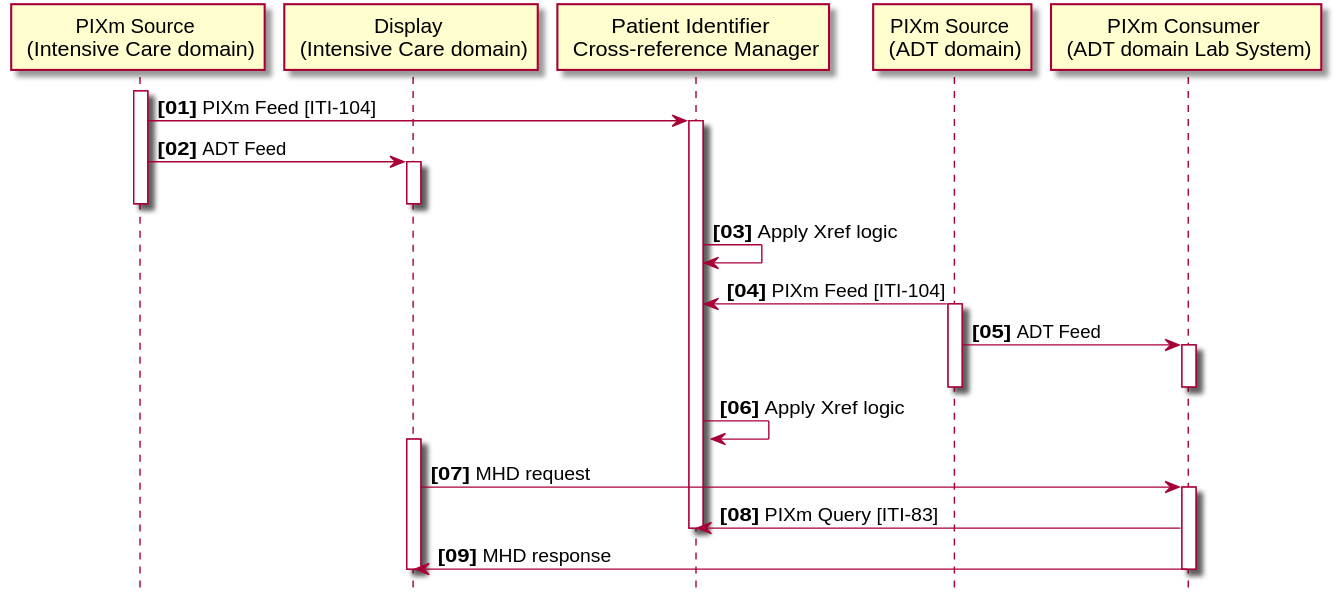
The PlantUML diagram input/images/uc_1.svg in IHE/ITI.PIXm, before a commit. Source of this version:
```plantuml
@startuml
hide footbox

participant "PIXm Source \n (Intensive Care domain)" as Source1
participant "Display \n (Intensive Care domain)" as Display
participant "Patient Identifier \n Cross-reference Manager" as Manager
participant "PIXm Source \n (ADT domain)" as Source2
participant "PIXm Consumer \n (ADT domain Lab System)" as Lab

autonumber 1 1 "<b>[00]"


activate Source1

Source1 -> Manager: PIXm Feed [ITI-104]
activate Manager

Source1 -> Display: ADT Feed
activate Display
deactivate Display
deactivate Source1

Manager -> Manager: Apply Xref logic

Source2 -> Manager: PIXm Feed [ITI-104]
activate Source2
Source2 -> Lab: ADT Feed
activate Lab
deactivate Source2
deactivate Lab

Manager -> Manager: Apply Xref logic

activate Display

Display -> Lab: MHD request
activate Lab

Lab -> Manager: PIXm Query [ITI-83]
deactivate Manager

Lab -> Display: MHD response

deactivate Display
deactivate Lab

deactivate Manager

autonumber stop
@enduml
```
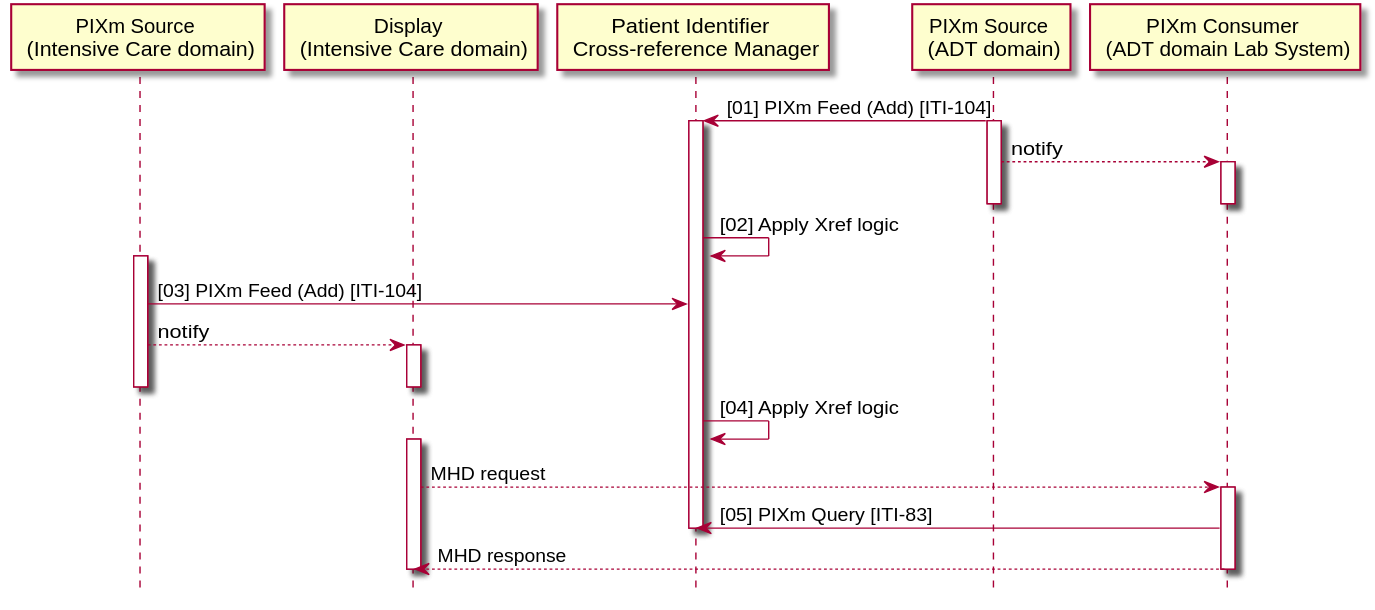
After the commit.

Commit message:
refactored the use case description and process flows

The edit, as a diff of the source:
```diff
@@ -7,39 +7,38 @@
 participant "PIXm Source \n (ADT domain)" as Source2
 participant "PIXm Consumer \n (ADT domain Lab System)" as Lab
 
-autonumber 1 1 "<b>[00]"
-
-
-activate Source1
-
-Source1 -> Manager: PIXm Feed [ITI-104]
+Source2 -> Manager: [01] PIXm Feed (Add) [ITI-104]
 activate Manager
-
-Source1 -> Display: ADT Feed
-activate Display
-deactivate Display
-deactivate Source1
-
-Manager -> Manager: Apply Xref logic
-
-Source2 -> Manager: PIXm Feed [ITI-104]
 activate Source2
-Source2 -> Lab: ADT Feed
+Source2 --> Lab: notify
 activate Lab
 deactivate Source2
 deactivate Lab
 
-Manager -> Manager: Apply Xref logic
+Manager -> Manager: [02] Apply Xref logic
+
+activate Source1
+
+Source1 -> Manager: [03] PIXm Feed (Add) [ITI-104]
+
+Source1 --> Display: notify
+
+activate Display
+deactivate Display
+
+deactivate Source1
+
+Manager -> Manager: [04] Apply Xref logic
 
 activate Display
 
-Display -> Lab: MHD request
+Display --> Lab: MHD request
 activate Lab
 
-Lab -> Manager: PIXm Query [ITI-83]
+Lab -> Manager: [05] PIXm Query [ITI-83]
 deactivate Manager
 
-Lab -> Display: MHD response
+Lab --> Display: MHD response
 
 deactivate Display
 deactivate Lab
```
